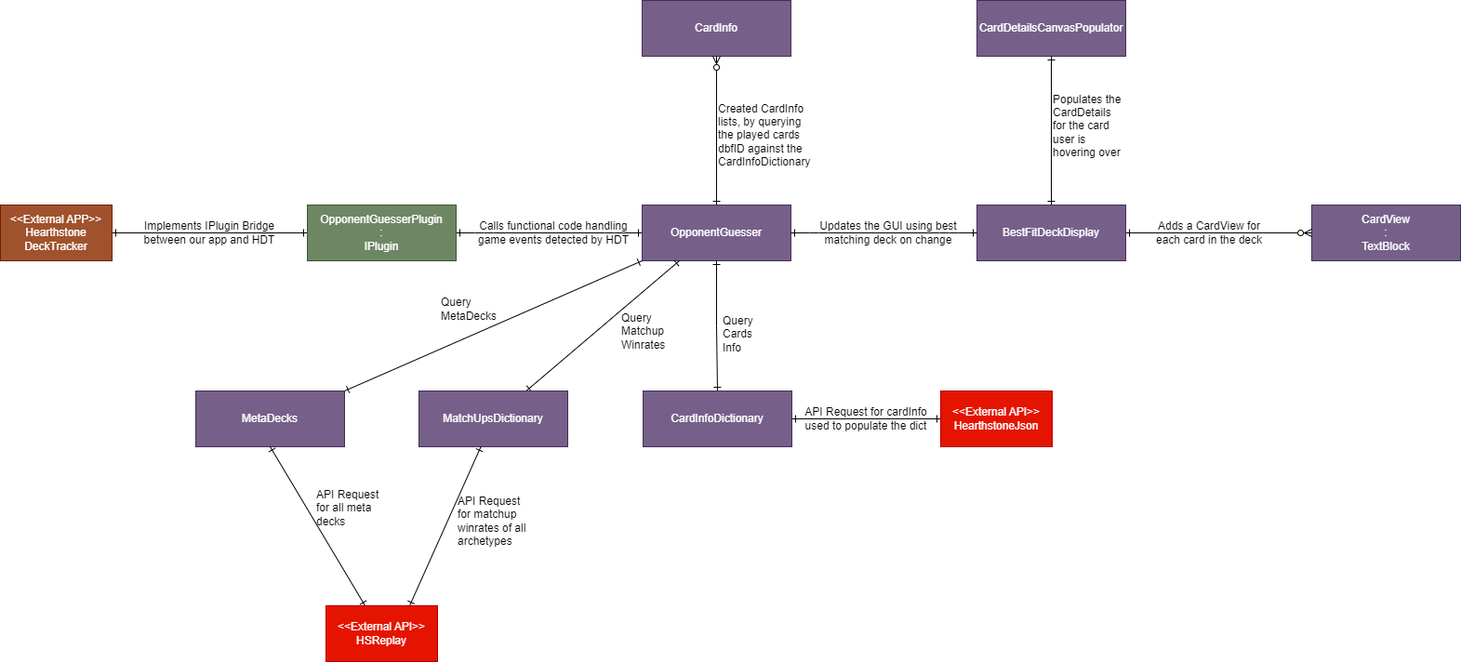
Earlier version of the draw.io export Documents/Images/EntityRelationshipDiagram.png (danielmusselwhite/HSDeckTrackerOpponentGuesser). Source tidied: cells renumbered, new cells last; positions are measured from the earlier drawing's top-left corner, leaving out a move shared by most shapes.
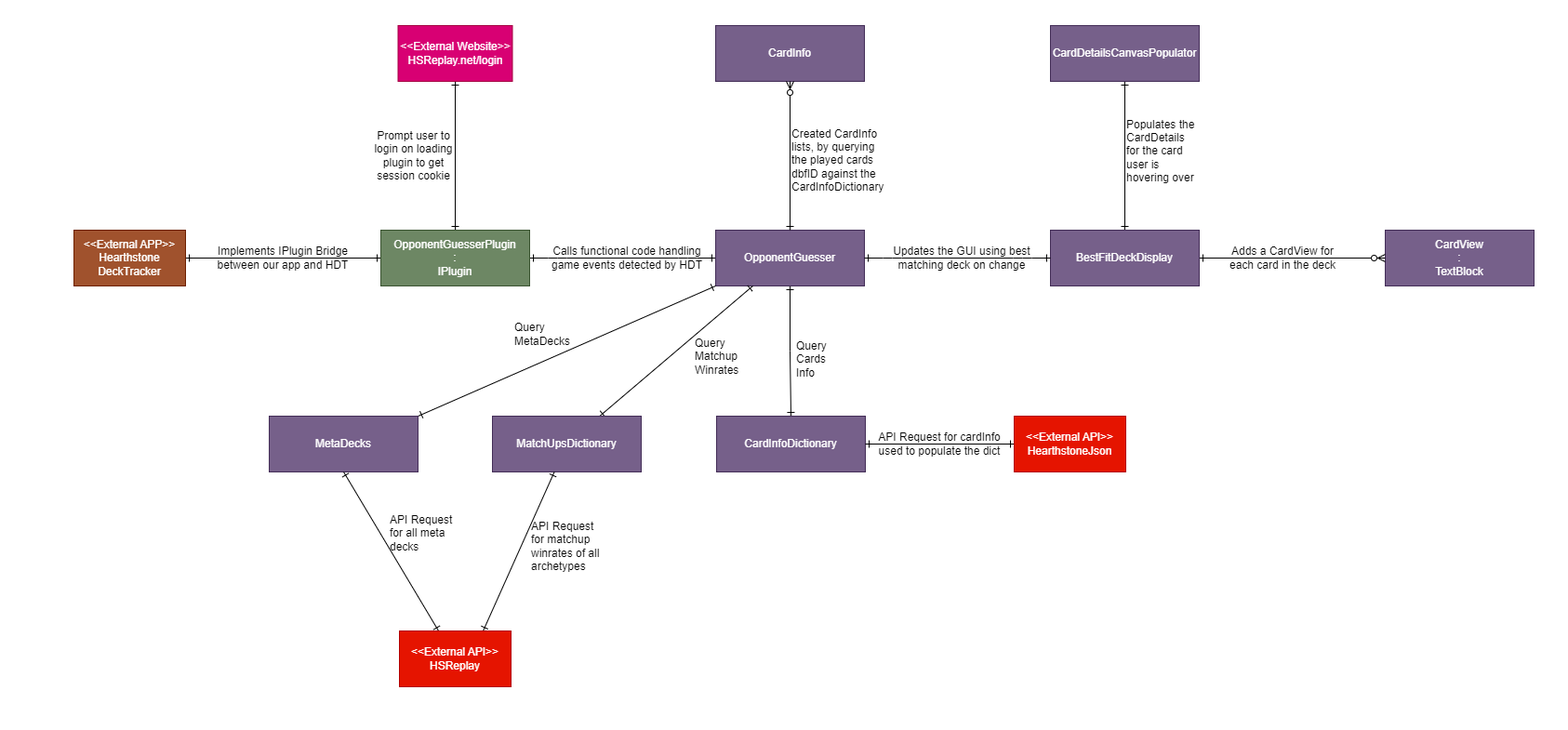
After the change.

Commit message:
Added video demonstration for the plugin

The edit, as a diff of the source:
```diff
@@ -2,6 +2,9 @@
   <root>
     <mxCell id="0" />
     <mxCell id="1" parent="0" />
+    <mxCell id="39" style="rounded=0;whiteSpace=wrap;html=1;fillColor=#FFFFFF;strokeColor=none;fontColor=#ffffff;" parent="1" vertex="1">
+      <mxGeometry x="-79" y="-27" width="1685" height="783" as="geometry" />
+    </mxCell>
     <mxCell id="2" style="edgeStyle=entityRelationEdgeStyle;endArrow=ERone;startArrow=ERone;endFill=0;startFill=0;exitX=1;exitY=0.5;exitDx=0;exitDy=0;entryX=0;entryY=0.5;entryDx=0;entryDy=0;" parent="1" edge="1" source="5" target="7">
       <mxGeometry relative="1" as="geometry" />
     </mxCell>
@@ -11,6 +14,9 @@
     <mxCell id="4" value="&amp;lt;&amp;lt;External APP&amp;gt;&amp;gt;&lt;br&gt;Hearthstone DeckTracker" style="rounded=0;whiteSpace=wrap;html=1;fillColor=#a0522d;strokeColor=#6D1F00;fontColor=#ffffff;" parent="1" vertex="1">
       <mxGeometry y="220" width="120" height="60" as="geometry" />
     </mxCell>
+    <mxCell id="40" style="edgeStyle=none;html=1;entryX=0.5;entryY=1;entryDx=0;entryDy=0;endArrow=ERone;endFill=0;startArrow=ERone;startFill=0;" parent="1" edge="1" source="5" target="41">
+      <mxGeometry relative="1" as="geometry" />
+    </mxCell>
     <mxCell id="5" value="OpponentGuesserPlugin&lt;br&gt;:&lt;br&gt;IPlugin" style="rounded=0;whiteSpace=wrap;html=1;fillColor=#6d8764;fontColor=#ffffff;strokeColor=#3A5431;" parent="1" vertex="1">
       <mxGeometry x="330" y="220" width="160" height="60" as="geometry" />
     </mxCell>
@@ -113,5 +119,11 @@
     <mxCell id="38" value="Query MetaDecks" style="text;html=1;strokeColor=none;fillColor=none;align=left;verticalAlign=middle;whiteSpace=wrap;rounded=0;" parent="1" vertex="1">
       <mxGeometry x="472" y="310" width="66" height="44" as="geometry" />
     </mxCell>
+    <mxCell id="41" value="&amp;lt;&amp;lt;External Website&amp;gt;&amp;gt;&lt;br&gt;HSReplay.net/login" style="rounded=0;whiteSpace=wrap;html=1;fillColor=#d80073;strokeColor=#A50040;fontColor=#ffffff;" parent="1" vertex="1">
+      <mxGeometry x="348.5" width="123" height="60" as="geometry" />
+    </mxCell>
+    <mxCell id="42" value="Prompt user to login on loading plugin to get session cookie" style="text;html=1;strokeColor=none;fillColor=none;align=center;verticalAlign=middle;whiteSpace=wrap;rounded=0;" parent="1" vertex="1">
+      <mxGeometry x="322" y="94" width="87" height="91" as="geometry" />
+    </mxCell>
   </root>
 </mxGraphModel>
```
